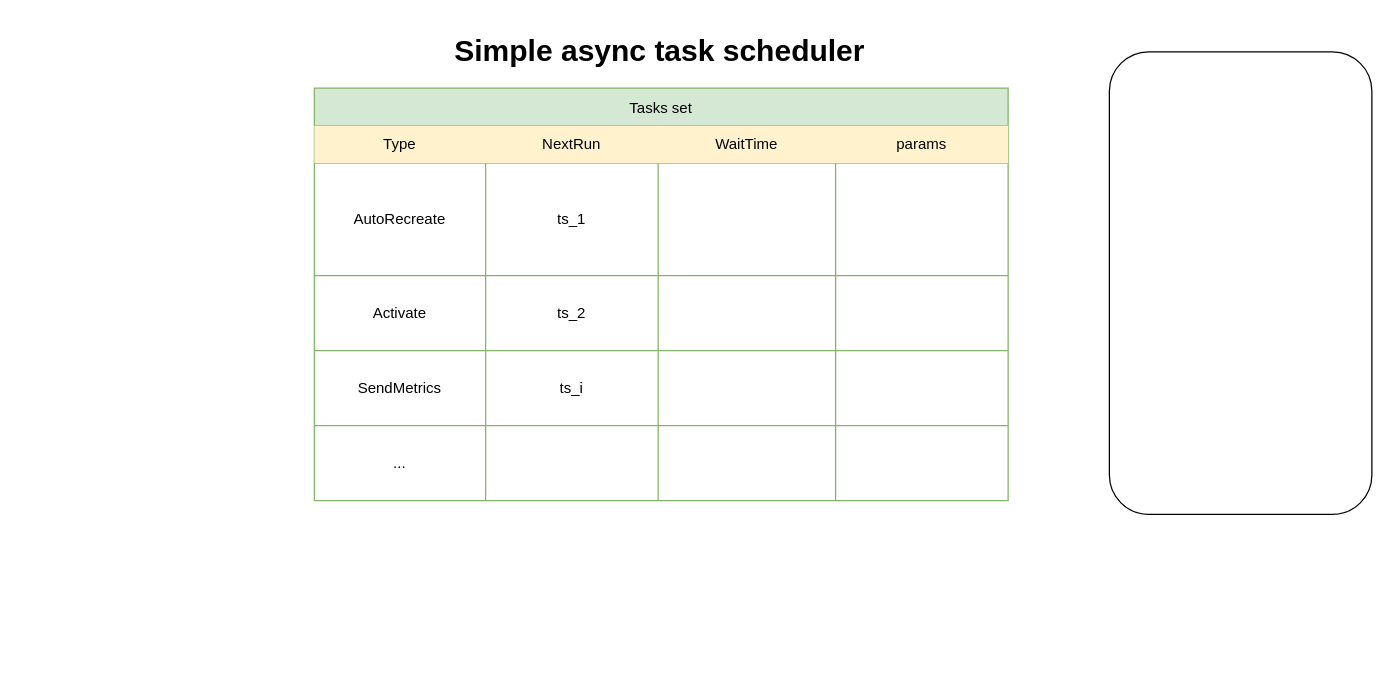
Before: scheduler-simple.drawio in karitra/bg.charts, a draw.io diagram. Source tidied: cells renumbered, new cells numbered last; positions are measured from the earlier drawing's top-left corner, leaving out a move shared by most shapes. Both pictures are drawn from the tidied source at 125%, with x=0, y=0 at pixel (171, 26).
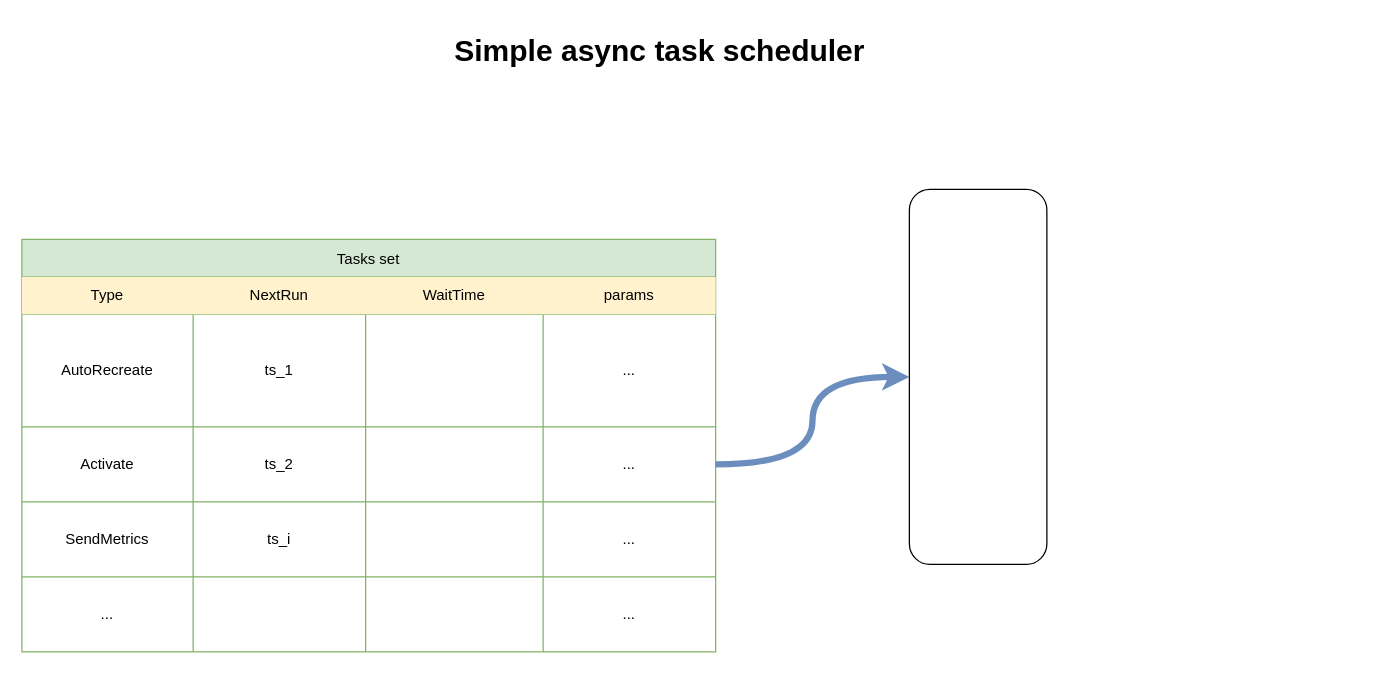
After the change.

Unchanged cells that the change refers to:
```xml
<mxCell id="9" style="shape=tableRow;horizontal=0;startSize=0;swimlaneHead=0;swimlaneBody=0;top=0;left=0;bottom=0;right=0;fillColor=none;" parent="3" vertex="1">
  <mxGeometry y="60" width="555" height="90" as="geometry" />
</mxCell>
<mxCell id="14" style="shape=tableRow;horizontal=0;startSize=0;swimlaneHead=0;swimlaneBody=0;top=0;left=0;bottom=0;right=0;fillColor=none;points=[[0,0.5],[1,0.5]];portConstraint=eastwest;" parent="3" vertex="1">
  <mxGeometry y="150" width="555" height="60" as="geometry" />
</mxCell>
<mxCell id="19" style="shape=tableRow;horizontal=0;startSize=0;swimlaneHead=0;swimlaneBody=0;top=0;left=0;bottom=0;right=0;fillColor=none;" parent="3" vertex="1">
  <mxGeometry y="210" width="555" height="60" as="geometry" />
</mxCell>
<mxCell id="24" style="shape=tableRow;horizontal=0;startSize=0;swimlaneHead=0;swimlaneBody=0;top=0;left=0;bottom=0;right=0;fillColor=none;" parent="3" vertex="1">
  <mxGeometry y="270" width="555" height="60" as="geometry" />
</mxCell>
```

Change to the diagram source:
```diff
@@
     <mxCell id="3" value="Tasks set" style="shape=table;startSize=30;childLayout=tableLayout;fillColor=#d5e8d4;labelBackgroundColor=none;strokeColor=#82b366;" parent="1" vertex="1">
-      <mxGeometry x="114" y="49" width="555" height="330" as="geometry" />
+      <mxGeometry x="-120" y="170" width="555" height="330" as="geometry" />
     </mxCell>
@@
-    <mxCell id="13" style="shape=partialRectangle;html=1;whiteSpace=wrap;overflow=hidden;fillColor=none;top=0;left=0;bottom=0;right=0;" parent="9" vertex="1">
+    <mxCell id="13" value="..." style="shape=partialRectangle;html=1;whiteSpace=wrap;overflow=hidden;fillColor=none;top=0;left=0;bottom=0;right=0;" parent="9" vertex="1">
       <mxGeometry x="417" width="138" height="90" as="geometry" />
     </mxCell>
@@
-    <mxCell id="18" style="shape=partialRectangle;html=1;whiteSpace=wrap;overflow=hidden;fillColor=none;top=0;left=0;bottom=0;right=0;" parent="14" vertex="1">
+    <mxCell id="18" value="..." style="shape=partialRectangle;html=1;whiteSpace=wrap;overflow=hidden;fillColor=none;top=0;left=0;bottom=0;right=0;" parent="14" vertex="1">
       <mxGeometry x="417" width="138" height="60" as="geometry" />
     </mxCell>
@@
-    <mxCell id="23" style="shape=partialRectangle;html=1;whiteSpace=wrap;overflow=hidden;fillColor=none;top=0;left=0;bottom=0;right=0;" parent="19" vertex="1">
+    <mxCell id="23" value="..." style="shape=partialRectangle;html=1;whiteSpace=wrap;overflow=hidden;fillColor=none;top=0;left=0;bottom=0;right=0;" parent="19" vertex="1">
       <mxGeometry x="417" width="138" height="60" as="geometry" />
     </mxCell>
@@
-    <mxCell id="28" style="shape=partialRectangle;html=1;whiteSpace=wrap;overflow=hidden;fillColor=none;top=0;left=0;bottom=0;right=0;" parent="24" vertex="1">
+    <mxCell id="28" value="..." style="shape=partialRectangle;html=1;whiteSpace=wrap;overflow=hidden;fillColor=none;top=0;left=0;bottom=0;right=0;" parent="24" vertex="1">
       <mxGeometry x="417" width="138" height="60" as="geometry" />
     </mxCell>
-    <mxCell id="29" style="rounded=1;whiteSpace=wrap;html=1;labelBackgroundColor=none;fillColor=default;" parent="1" vertex="1">
-      <mxGeometry x="750" y="20" width="210" height="370" as="geometry" />
-    </mxCell>
+    <mxCell id="30" style="edgeStyle=orthogonalEdgeStyle;jettySize=auto;html=1;curved=1;strokeWidth=5;fillColor=#dae8fc;strokeColor=#6c8ebf;" parent="1" edge="1" source="14" target="31">
+      <mxGeometry relative="1" as="geometry" />
+    </mxCell>
+    <mxCell id="31" style="rounded=1;whiteSpace=wrap;html=1;labelBackgroundColor=none;fillColor=default;" parent="1" vertex="1">
+      <mxGeometry x="590" y="130" width="110" height="300" as="geometry" />
+    </mxCell>
```
